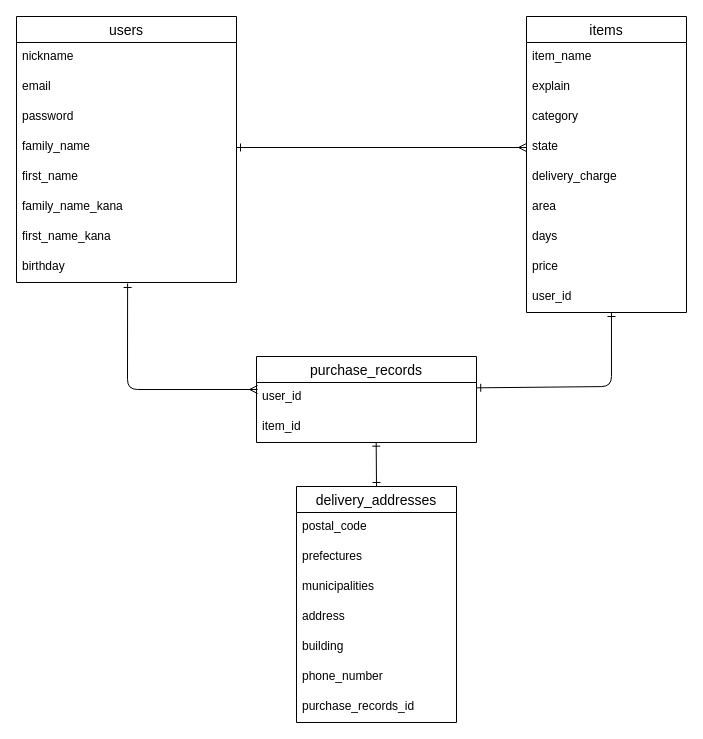
The draw.io diagram ER.dio in shindo244244/furima-38732, before the edit. Source tidied: cells renumbered, new cells numbered last; positions are measured from the earlier drawing's top-left corner, leaving out a move shared by most shapes. Both pictures are drawn from the tidied source at 100%, with x=0, y=0 at pixel (16, 16).
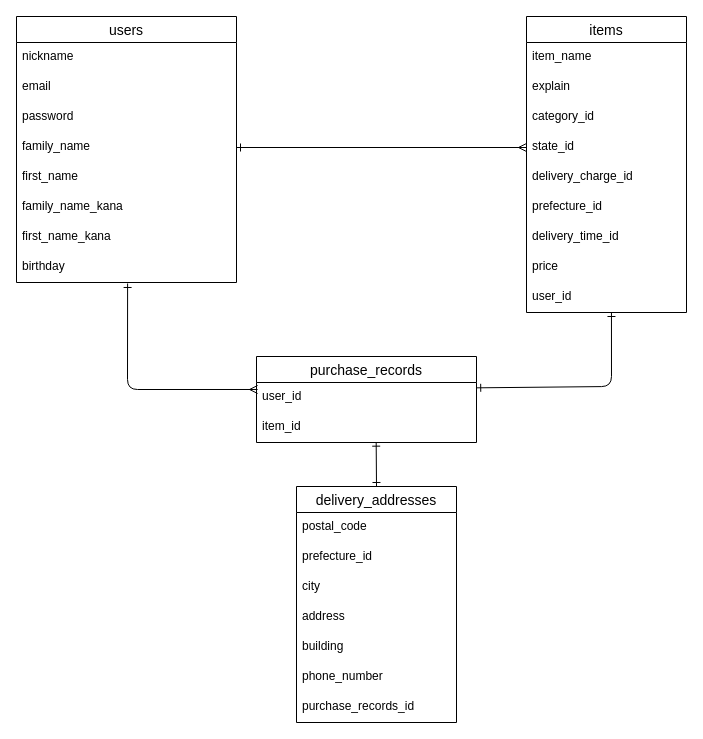
Above is the later version.

Commit message (it also covers changes not shown here):
データベース設計修正4

Unchanged cells that the change refers to:
```xml
<mxCell id="11" value="items" style="swimlane;fontStyle=0;horizontal=1;startSize=26;align=center;fontSize=14;" parent="1" vertex="1">
  <mxGeometry x="510" width="160" height="296" as="geometry" />
</mxCell>
<mxCell id="24" value="delivery_addresses" style="swimlane;fontStyle=0;horizontal=1;startSize=26;align=center;fontSize=14;" parent="1" vertex="1">
  <mxGeometry x="280" y="470" width="160" height="236" as="geometry" />
</mxCell>
```

Change to the diagram source:
```diff
@@
-    <mxCell id="14" value="category" style="text;strokeColor=none;fillColor=none;spacingLeft=4;spacingRight=4;overflow=hidden;fontSize=12;" parent="11" vertex="1">
+    <mxCell id="14" value="category_id" style="text;strokeColor=none;fillColor=none;spacingLeft=4;spacingRight=4;overflow=hidden;fontSize=12;" parent="11" vertex="1">
       <mxGeometry y="86" width="160" height="30" as="geometry" />
     </mxCell>
-    <mxCell id="15" value="state" style="text;strokeColor=none;fillColor=none;spacingLeft=4;spacingRight=4;overflow=hidden;points=[[0,0.5],[1,0.5]];portConstraint=eastwest;fontSize=12;" parent="11" vertex="1">
+    <mxCell id="15" value="state_id" style="text;strokeColor=none;fillColor=none;spacingLeft=4;spacingRight=4;overflow=hidden;points=[[0,0.5],[1,0.5]];portConstraint=eastwest;fontSize=12;" parent="11" vertex="1">
       <mxGeometry y="116" width="160" height="30" as="geometry" />
     </mxCell>
-    <mxCell id="16" value="delivery_charge" style="text;strokeColor=none;fillColor=none;spacingLeft=4;spacingRight=4;overflow=hidden;fontSize=12;" parent="11" vertex="1">
+    <mxCell id="16" value="delivery_charge_id" style="text;strokeColor=none;fillColor=none;spacingLeft=4;spacingRight=4;overflow=hidden;fontSize=12;" parent="11" vertex="1">
       <mxGeometry y="146" width="160" height="30" as="geometry" />
     </mxCell>
-    <mxCell id="17" value="area" style="text;strokeColor=none;fillColor=none;spacingLeft=4;spacingRight=4;overflow=hidden;fontSize=12;" parent="11" vertex="1">
+    <mxCell id="17" value="prefecture_id" style="text;strokeColor=none;fillColor=none;spacingLeft=4;spacingRight=4;overflow=hidden;fontSize=12;" parent="11" vertex="1">
       <mxGeometry y="176" width="160" height="30" as="geometry" />
     </mxCell>
-    <mxCell id="18" value="days" style="text;strokeColor=none;fillColor=none;spacingLeft=4;spacingRight=4;overflow=hidden;fontSize=12;" parent="11" vertex="1">
+    <mxCell id="18" value="delivery_time_id" style="text;strokeColor=none;fillColor=none;spacingLeft=4;spacingRight=4;overflow=hidden;fontSize=12;" parent="11" vertex="1">
       <mxGeometry y="206" width="160" height="30" as="geometry" />
     </mxCell>
@@
-    <mxCell id="26" value="prefectures" style="text;strokeColor=none;fillColor=none;spacingLeft=4;spacingRight=4;overflow=hidden;fontSize=12;" parent="24" vertex="1">
+    <mxCell id="26" value="prefecture_id" style="text;strokeColor=none;fillColor=none;spacingLeft=4;spacingRight=4;overflow=hidden;fontSize=12;" parent="24" vertex="1">
       <mxGeometry y="56" width="160" height="30" as="geometry" />
     </mxCell>
-    <mxCell id="27" value="municipalities" style="text;strokeColor=none;fillColor=none;spacingLeft=4;spacingRight=4;overflow=hidden;fontSize=12;" parent="24" vertex="1">
+    <mxCell id="27" value="city" style="text;strokeColor=none;fillColor=none;spacingLeft=4;spacingRight=4;overflow=hidden;fontSize=12;" parent="24" vertex="1">
       <mxGeometry y="86" width="160" height="30" as="geometry" />
     </mxCell>
```
